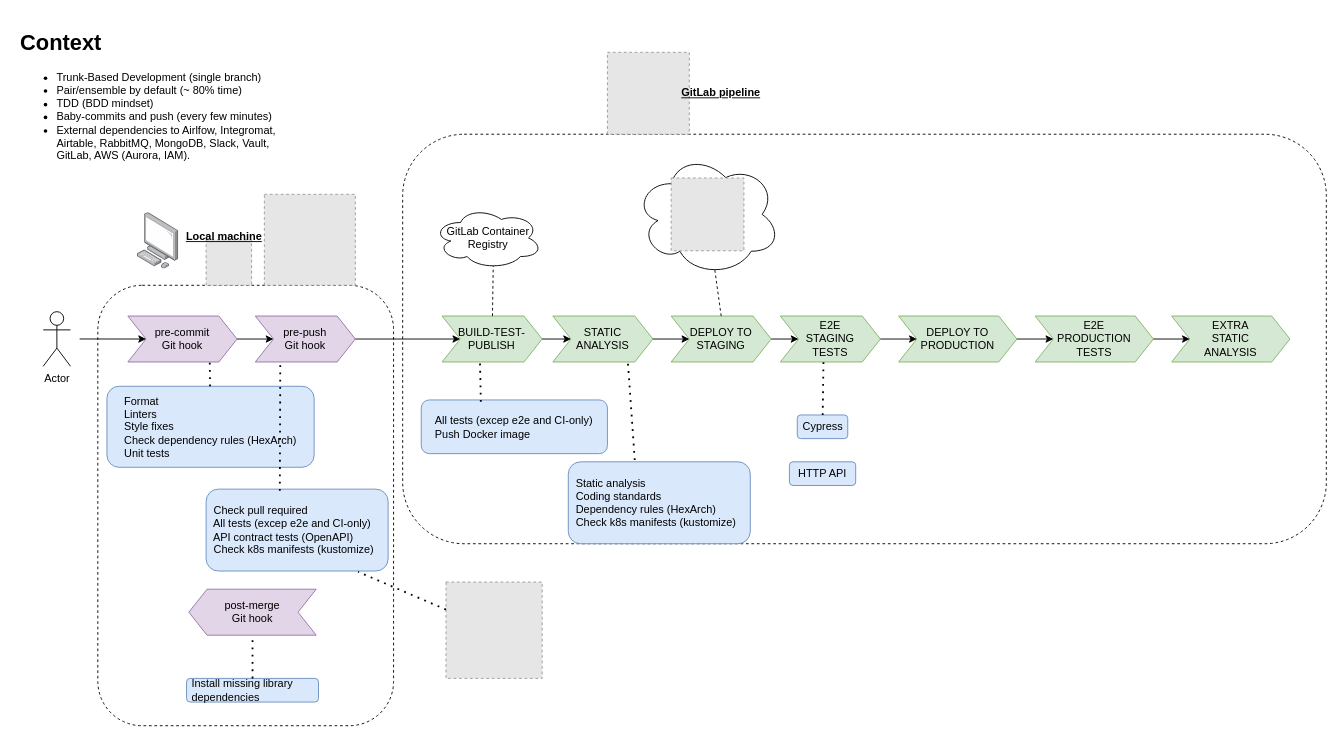
The draw.io diagram page "Habitissimo" (2 of 2) of talk-master-urjc-continuous-deployment/Charla URJC Despliegue Continuo.drawio in islomar/my-notes, before the edit. Source tidied: cells renumbered, new cells numbered last; positions are measured from the earlier drawing's top-left corner, leaving out a move shared by most shapes. Both pictures are drawn from the tidied source at 91%, with x=0, y=0 at pixel (15, 25). Pictures stored in the file or linked from it are replaced by grey dashed boxes.
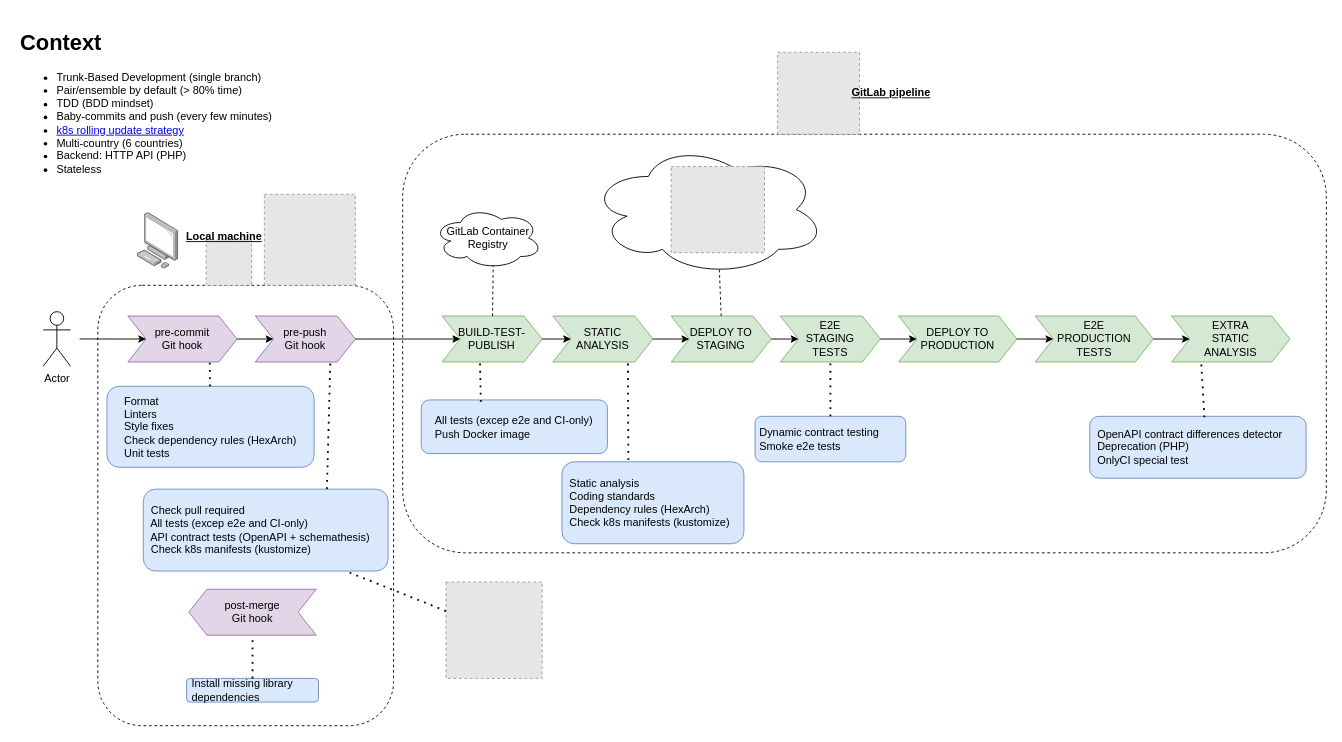
The same page after the edit.

The change refers to these unchanged cells:
```xml
<mxCell id="11" value="&lt;span style=&quot;&quot;&gt;pre-push&lt;/span&gt;&lt;br style=&quot;&quot;&gt;&lt;span style=&quot;&quot;&gt;Git hook&lt;/span&gt;" style="shape=step;perimeter=stepPerimeter;whiteSpace=wrap;html=1;fixedSize=1;fillColor=#e1d5e7;strokeColor=#9673a6;" parent="1" vertex="1">
  <mxGeometry x="263" y="319.8" width="110" height="50.5" as="geometry" />
</mxCell>
<mxCell id="15" value="E2E&lt;br&gt;STAGING&lt;br&gt;TESTS" style="shape=step;perimeter=stepPerimeter;whiteSpace=wrap;html=1;fixedSize=1;fillColor=#d5e8d4;strokeColor=#82b366;" parent="1" vertex="1">
  <mxGeometry x="840" y="319.8" width="110" height="50.5" as="geometry" />
</mxCell>
<mxCell id="48" value="EXTRA&lt;br&gt;STATIC&lt;br&gt;ANALYSIS" style="shape=step;perimeter=stepPerimeter;whiteSpace=wrap;html=1;fixedSize=1;fillColor=#d5e8d4;strokeColor=#82b366;" parent="1" vertex="1">
  <mxGeometry x="1270" y="319.8" width="130" height="50.5" as="geometry" />
</mxCell>
```

Diff of the diagram source:
```diff
@@
     <mxCell id="3" style="rounded=1;whiteSpace=wrap;html=1;dashed=1;" parent="1" vertex="1">
-      <mxGeometry x="425" y="120" width="1015" height="450" as="geometry" />
+      <mxGeometry x="425" y="120" width="1015" height="460" as="geometry" />
     </mxCell>
@@
     <mxCell id="7" style="fillColor=#E6E6E6;strokeColor=#999999;dashed=1;html=1;verticalAlign=top;verticalLabelPosition=bottom;labelBackgroundColor=#ffffff;" parent="1" vertex="1">
-      <mxGeometry x="650" y="30" width="90" height="90" as="geometry" />
+      <mxGeometry x="837" y="30" width="90" height="90" as="geometry" />
     </mxCell>
@@
     <mxCell id="9" value="GitLab pipeline" style="text;html=1;strokeColor=none;fillColor=none;align=center;verticalAlign=middle;whiteSpace=wrap;rounded=0;dashed=1;fontStyle=5;" parent="1" vertex="1">
-      <mxGeometry x="720" y="60" width="110" height="30" as="geometry" />
+      <mxGeometry x="907" y="60" width="110" height="30" as="geometry" />
     </mxCell>
-    <mxCell id="10" value="&lt;h1&gt;Context&lt;/h1&gt;&lt;p&gt;&lt;/p&gt;&lt;ul&gt;&lt;li&gt;Trunk-Based Development (single branch)&lt;/li&gt;&lt;li&gt;Pair/ensemble by default (~ 80% time)&lt;/li&gt;&lt;li&gt;TDD (BDD mindset)&lt;/li&gt;&lt;li&gt;Baby-commits and push (every few minutes)&lt;/li&gt;&lt;li&gt;&lt;span style=&quot;background-color: initial;&quot;&gt;External dependencies to Airlfow, Integromat, Airtable, RabbitMQ, MongoDB, Slack, Vault, GitLab, AWS (Aurora, IAM).&lt;/span&gt;&lt;br&gt;&lt;/li&gt;&lt;/ul&gt;&lt;p&gt;&lt;/p&gt;" style="text;html=1;strokeColor=none;fillColor=none;spacing=5;spacingTop=-20;whiteSpace=wrap;overflow=hidden;rounded=0;dashed=1;" parent="1" vertex="1">
+    <mxCell id="10" value="&lt;h1&gt;Context&lt;/h1&gt;&lt;p&gt;&lt;/p&gt;&lt;ul&gt;&lt;li&gt;Trunk-Based Development (single branch)&lt;/li&gt;&lt;li&gt;Pair/ensemble by default (&amp;gt; 80% time)&lt;/li&gt;&lt;li&gt;TDD (BDD mindset)&lt;/li&gt;&lt;li&gt;Baby-commits and push (every few minutes)&lt;/li&gt;&lt;li&gt;&lt;a href=&quot;https://www.educative.io/blog/kubernetes-deployments-strategies&quot;&gt;k8s rolling update strategy&lt;/a&gt;&lt;/li&gt;&lt;li&gt;Multi-country (6 countries)&lt;/li&gt;&lt;li&gt;Backend: HTTP API (PHP)&lt;/li&gt;&lt;li&gt;Stateless&lt;/li&gt;&lt;/ul&gt;&lt;p&gt;&lt;/p&gt;" style="text;html=1;strokeColor=none;fillColor=none;spacing=5;spacingTop=-20;whiteSpace=wrap;overflow=hidden;rounded=0;dashed=1;" parent="1" vertex="1">
       <mxGeometry width="310" height="180" as="geometry" />
     </mxCell>
@@
-    <mxCell id="22" value="Cypress" style="rounded=1;whiteSpace=wrap;html=1;fillColor=#dae8fc;strokeColor=#6c8ebf;" parent="1" vertex="1">
-      <mxGeometry x="858.6" y="428.5" width="55.5" height="26" as="geometry" />
-    </mxCell>
-    <mxCell id="23" value="HTTP API" style="rounded=1;whiteSpace=wrap;html=1;fillColor=#dae8fc;strokeColor=#6c8ebf;" parent="1" vertex="1">
-      <mxGeometry x="850" y="480" width="72.8" height="26" as="geometry" />
+    <mxCell id="23" value="&amp;nbsp;Dynamic contract testing&lt;br&gt;&amp;nbsp;Smoke e2e tests" style="rounded=1;whiteSpace=wrap;html=1;fillColor=#dae8fc;strokeColor=#6c8ebf;align=left;" parent="1" vertex="1">
+      <mxGeometry x="812.2" y="430" width="165.7" height="50" as="geometry" />
     </mxCell>
     <mxCell id="24" style="ellipse;shape=cloud;whiteSpace=wrap;html=1;fillColor=none;" parent="1" vertex="1">
-      <mxGeometry x="680" y="140.6" width="160" height="135" as="geometry" />
+      <mxGeometry x="630" y="130" width="260" height="145.6" as="geometry" />
     </mxCell>
@@
-    <mxCell id="30" value="&lt;blockquote style=&quot;margin: 0 0 0 40px; border: none; padding: 0px;&quot;&gt;&lt;/blockquote&gt;&lt;span style=&quot;background-color: initial;&quot;&gt;&amp;nbsp; Check pull required&lt;br&gt;&lt;/span&gt;&amp;nbsp; All tests (excep e2e and CI-only)&lt;br&gt;&lt;span style=&quot;background-color: initial;&quot;&gt;&amp;nbsp; API contract tests (OpenAPI)&lt;/span&gt;&lt;br&gt;&lt;span style=&quot;background-color: initial;&quot;&gt;&amp;nbsp; Check k8s manifests (kustomize)&lt;/span&gt;&lt;br&gt;&lt;blockquote style=&quot;margin: 0 0 0 40px; border: none; padding: 0px;&quot;&gt;&lt;/blockquote&gt;" style="rounded=1;whiteSpace=wrap;html=1;fillColor=#dae8fc;strokeColor=#6c8ebf;align=left;" parent="1" vertex="1">
-      <mxGeometry x="209" y="510" width="200" height="90" as="geometry" />
+    <mxCell id="30" value="&lt;blockquote style=&quot;margin: 0 0 0 40px; border: none; padding: 0px;&quot;&gt;&lt;/blockquote&gt;&lt;span style=&quot;background-color: initial;&quot;&gt;&amp;nbsp; Check pull required&lt;br&gt;&lt;/span&gt;&amp;nbsp; All tests (excep e2e and CI-only)&lt;br&gt;&lt;span style=&quot;background-color: initial;&quot;&gt;&amp;nbsp; API contract tests (OpenAPI + schemathesis)&lt;/span&gt;&lt;br&gt;&lt;span style=&quot;background-color: initial;&quot;&gt;&amp;nbsp; Check k8s manifests (kustomize)&lt;/span&gt;&lt;br&gt;&lt;blockquote style=&quot;margin: 0 0 0 40px; border: none; padding: 0px;&quot;&gt;&lt;/blockquote&gt;" style="rounded=1;whiteSpace=wrap;html=1;fillColor=#dae8fc;strokeColor=#6c8ebf;align=left;" parent="1" vertex="1">
+      <mxGeometry x="140" y="510" width="269" height="90" as="geometry" />
     </mxCell>
-    <mxCell id="31" style="endArrow=none;dashed=1;html=1;dashPattern=1 3;strokeWidth=2;rounded=0;entryX=0.25;entryY=1;entryDx=0;entryDy=0;exitX=0.405;exitY=0.02;exitDx=0;exitDy=0;exitPerimeter=0;" parent="1" edge="1" source="30" target="11">
+    <mxCell id="31" style="endArrow=none;dashed=1;html=1;dashPattern=1 3;strokeWidth=2;rounded=0;entryX=0.75;entryY=1;entryDx=0;entryDy=0;exitX=0.75;exitY=0;exitDx=0;exitDy=0;" parent="1" edge="1" source="30" target="11">
       <mxGeometry relative="1" as="geometry" />
     </mxCell>
@@
-    <mxCell id="34" style="endArrow=none;dashed=1;html=1;dashPattern=1 3;strokeWidth=2;rounded=0;entryX=0.431;entryY=0.99;entryDx=0;entryDy=0;entryPerimeter=0;" parent="1" edge="1" source="22" target="15">
+    <mxCell id="34" style="endArrow=none;dashed=1;html=1;dashPattern=1 3;strokeWidth=2;rounded=0;entryX=0.5;entryY=1;entryDx=0;entryDy=0;exitX=0.5;exitY=0;exitDx=0;exitDy=0;" parent="1" edge="1" source="23" target="15">
       <mxGeometry relative="1" as="geometry" />
     </mxCell>
@@
-    <mxCell id="43" style="fillColor=#E6E6E6;strokeColor=#999999;dashed=1;verticalLabelPosition=bottom;labelBackgroundColor=default;verticalAlign=top;" parent="1" vertex="1">
-      <mxGeometry x="720" y="168.1" width="80" height="80" as="geometry" />
-    </mxCell>
@@
     <mxCell id="45" value="&lt;blockquote style=&quot;margin: 0 0 0 40px; border: none; padding: 0px;&quot;&gt;&lt;/blockquote&gt;&lt;span style=&quot;background-color: initial;&quot;&gt;&amp;nbsp; Static analysis&lt;br&gt;&amp;nbsp; Coding standards&lt;br&gt;&amp;nbsp; Dependency rules (HexArch)&lt;/span&gt;&lt;br&gt;&lt;span style=&quot;background-color: initial;&quot;&gt;&amp;nbsp; Check k8s manifests (kustomize)&lt;/span&gt;&lt;br&gt;&lt;blockquote style=&quot;margin: 0 0 0 40px; border: none; padding: 0px;&quot;&gt;&lt;/blockquote&gt;" style="rounded=1;whiteSpace=wrap;html=1;fillColor=#dae8fc;strokeColor=#6c8ebf;align=left;" parent="1" vertex="1">
-      <mxGeometry x="607" y="480" width="200" height="90" as="geometry" />
+      <mxGeometry x="600" y="480" width="200" height="90" as="geometry" />
     </mxCell>
@@
+    <mxCell id="51" value="&amp;nbsp; OpenAPI contract differences detector&lt;br&gt;&amp;nbsp; Deprecation (PHP)&lt;br&gt;&amp;nbsp; OnlyCI special test" style="rounded=1;whiteSpace=wrap;html=1;fillColor=#dae8fc;strokeColor=#6c8ebf;align=left;" parent="1" vertex="1">
+      <mxGeometry x="1180" y="430" width="237.8" height="68" as="geometry" />
+    </mxCell>
+    <mxCell id="52" style="endArrow=none;dashed=1;html=1;dashPattern=1 3;strokeWidth=2;rounded=0;entryX=0.25;entryY=1;entryDx=0;entryDy=0;exitX=0.53;exitY=0.015;exitDx=0;exitDy=0;exitPerimeter=0;" parent="1" edge="1" source="51" target="48">
+      <mxGeometry relative="1" as="geometry" />
+    </mxCell>
+    <mxCell id="53" style="fillColor=#E6E6E6;strokeColor=#999999;dashed=1;verticalLabelPosition=bottom;labelBackgroundColor=default;verticalAlign=top;" parent="1" vertex="1">
+      <mxGeometry x="720" y="155.5" width="102.6" height="94.7" as="geometry" />
+    </mxCell>
```
